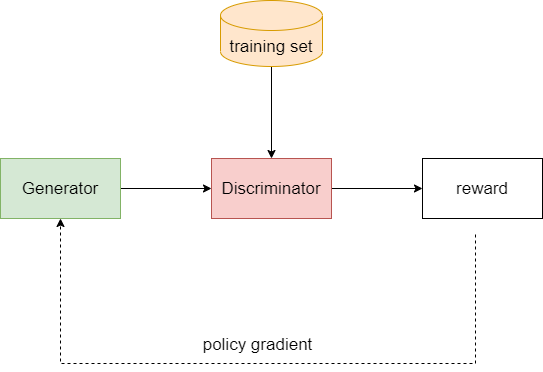
The draw.io diagram seqgan.drawio.png in lakomi/pictures, before a commit. Source tidied: cells renumbered, new cells last; positions are measured from the earlier drawing's top-left corner, leaving out a move shared by most shapes.
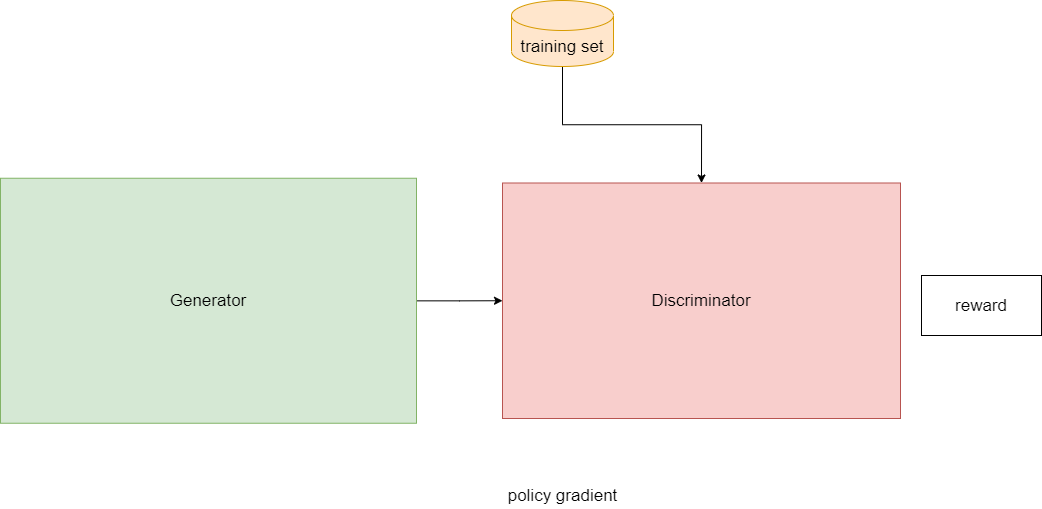
After the change.

The edit, as a diff of the source:
```diff
@@ -6,33 +6,22 @@
       <mxGeometry relative="1" as="geometry" />
     </mxCell>
     <mxCell id="3" value="Generator" style="rounded=0;whiteSpace=wrap;html=1;fillColor=#d5e8d4;strokeColor=#82b366;fontSize=17;" parent="1" vertex="1">
-      <mxGeometry y="158" width="120" height="60" as="geometry" />
+      <mxGeometry x="-291" y="60.8" width="416" height="245" as="geometry" />
     </mxCell>
-    <mxCell id="4" style="edgeStyle=orthogonalEdgeStyle;rounded=0;jettySize=auto;html=1;exitX=1;exitY=0.5;exitDx=0;exitDy=0;" parent="1" edge="1" source="5" target="10">
-      <mxGeometry relative="1" as="geometry" />
-    </mxCell>
     <mxCell id="5" value="Discriminator" style="rounded=0;whiteSpace=wrap;html=1;fillColor=#f8cecc;strokeColor=#b85450;fontSize=17;" parent="1" vertex="1">
-      <mxGeometry x="211" y="158" width="120" height="60" as="geometry" />
+      <mxGeometry x="211" y="65.5" width="398" height="235.5" as="geometry" />
     </mxCell>
     <mxCell id="6" style="edgeStyle=orthogonalEdgeStyle;rounded=0;jettySize=auto;html=1;exitX=0.5;exitY=1;exitDx=0;exitDy=0;exitPerimeter=0;entryX=0.5;entryY=0;entryDx=0;entryDy=0;fontSize=17;" parent="1" edge="1" source="7" target="5">
       <mxGeometry relative="1" as="geometry" />
     </mxCell>
     <mxCell id="7" value="training set" style="shape=cylinder3;whiteSpace=wrap;html=1;boundedLbl=1;backgroundOutline=1;size=15;fillColor=#ffe6cc;strokeColor=#d79b00;fontSize=17;" parent="1" vertex="1">
-      <mxGeometry x="220" width="102" height="66" as="geometry" />
+      <mxGeometry x="220" y="-117" width="102" height="66" as="geometry" />
     </mxCell>
     <mxCell id="8" value="policy gradient" style="text;html=1;align=center;verticalAlign=middle;strokeColor=none;fillColor=none;fontSize=17;" parent="1" vertex="1">
-      <mxGeometry x="197" y="332" width="120" height="24" as="geometry" />
+      <mxGeometry x="211" y="366" width="120" height="24" as="geometry" />
     </mxCell>
-    <mxCell id="9" style="edgeStyle=elbowEdgeStyle;elbow=vertical;endArrow=classic;html=1;rounded=0;fontSize=20;entryX=0.5;entryY=1;entryDx=0;entryDy=0;dashed=1;" parent="1" edge="1" target="3">
-      <mxGeometry relative="1" as="geometry">
-        <mxPoint x="475" y="234" as="sourcePoint" />
-        <Array as="points">
-          <mxPoint x="266" y="363" />
-        </Array>
-      </mxGeometry>
-    </mxCell>
     <mxCell id="10" value="reward" style="rounded=0;whiteSpace=wrap;html=1;fontSize=17;" parent="1" vertex="1">
-      <mxGeometry x="422" y="158" width="120" height="60" as="geometry" />
+      <mxGeometry x="630" y="158" width="120" height="60" as="geometry" />
     </mxCell>
   </root>
 </mxGraphModel>
```
